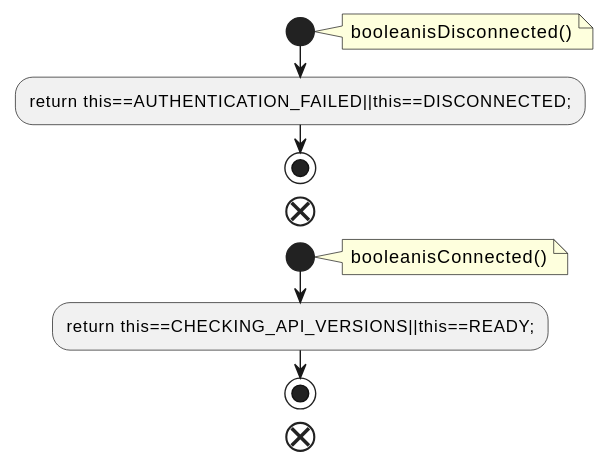
The PlantUML diagram docs/qc/clients/src/main/java/org/apache/kafka/clients/ConnectionState.java.fct.svg in qualitesys/kafka, before a commit. Its diagram source:
```plantuml
@startuml
!pragma layout smetana
start
note right
booleanisDisconnected()
end note
:return this==AUTHENTICATION_FAILED||this==DISCONNECTED;;
stop
end
start
note right
booleanisConnected()
end note
:return this==CHECKING_API_VERSIONS||this==READY;;
stop
end
@enduml
```
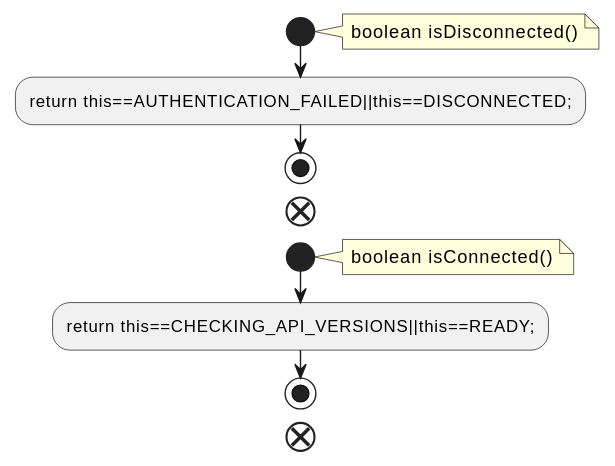
The same diagram one commit later.

Diff of the diagram source:
```diff
@@ -2,14 +2,14 @@
 !pragma layout smetana
 start
 note right
-booleanisDisconnected()
+boolean isDisconnected()
 end note
 :return this==AUTHENTICATION_FAILED||this==DISCONNECTED;;
 stop
 end
 start
 note right
-booleanisConnected()
+boolean isConnected()
 end note
 :return this==CHECKING_API_VERSIONS||this==READY;;
 stop
```
